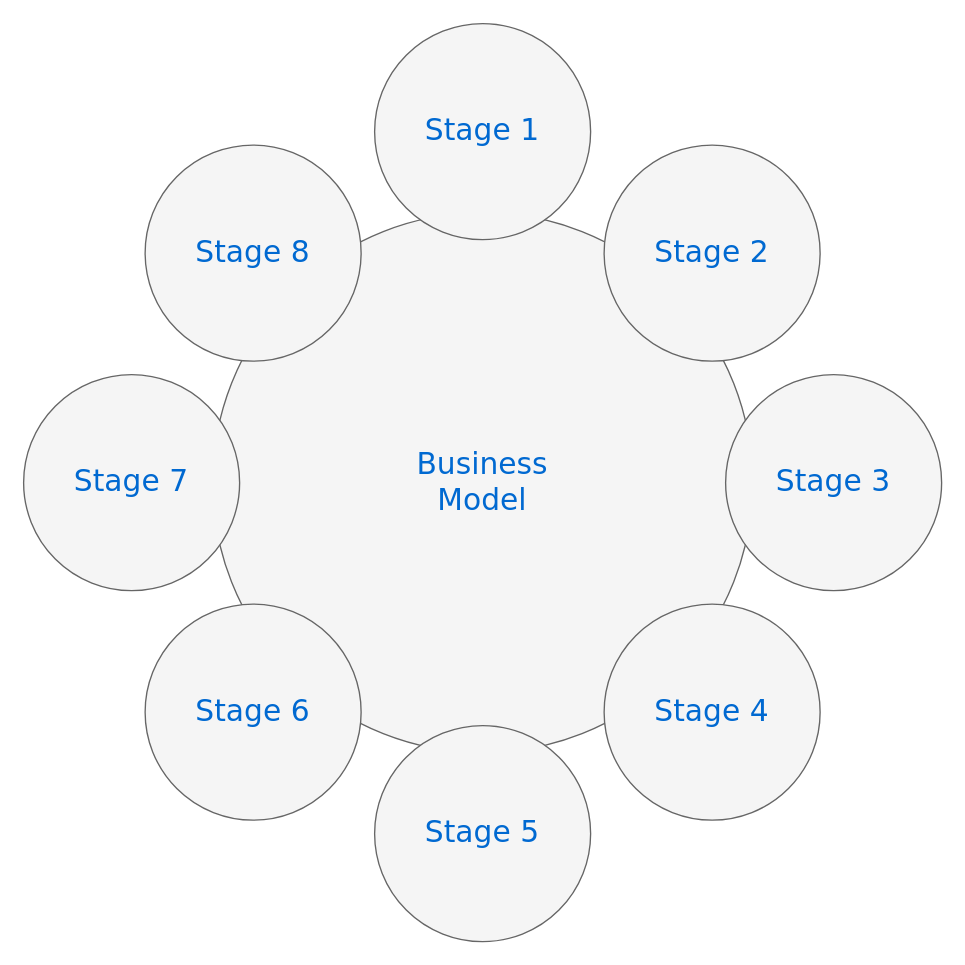
Before: module_relation.drawio in zy0071982/mytest, a draw.io diagram. Source tidied: cells renumbered, new cells numbered last; positions are measured from the earlier drawing's top-left corner, leaving out a move shared by most shapes. Both pictures are drawn from the tidied source at 135%, with x=0, y=0 at pixel (23, 23).
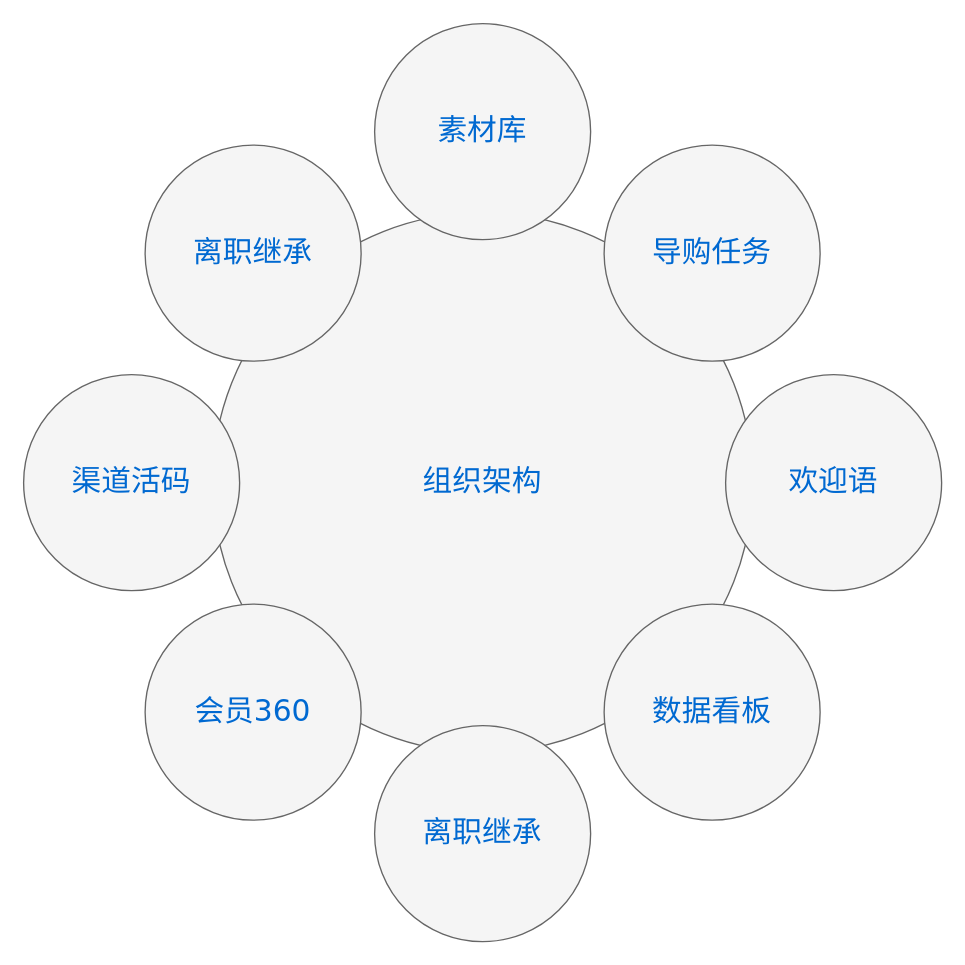
Above is the later version.

The edit, as a diff of the source:
```diff
@@
 <mxGraphModel>
   <root>
     <mxCell id="0" />
     <mxCell id="1" parent="0" />
-    <mxCell id="2" value="Business&lt;div&gt;Model&lt;/div&gt;" style="ellipse;whiteSpace=wrap;html=1;rounded=0;shadow=0;dashed=0;comic=0;fontFamily=Verdana;fontSize=22;fontColor=#0069D1;fillColor=#f5f5f5;strokeColor=#666666;" parent="1" vertex="1">
+    <mxCell id="2" value="组织架构" style="ellipse;whiteSpace=wrap;html=1;rounded=0;shadow=0;dashed=0;comic=0;fontFamily=Verdana;fontSize=22;fontColor=#0069D1;fillColor=#f5f5f5;strokeColor=#666666;" parent="1" vertex="1">
       <mxGeometry x="140" y="140" width="400" height="400" as="geometry" />
     </mxCell>
-    <mxCell id="3" value="Stage 1" style="ellipse;whiteSpace=wrap;html=1;rounded=0;shadow=0;dashed=0;comic=0;fontFamily=Verdana;fontSize=22;fontColor=#0069D1;fillColor=#f5f5f5;strokeColor=#666666;" parent="1" vertex="1">
+    <mxCell id="3" value="素材库" style="ellipse;whiteSpace=wrap;html=1;rounded=0;shadow=0;dashed=0;comic=0;fontFamily=Verdana;fontSize=22;fontColor=#0069D1;fillColor=#f5f5f5;strokeColor=#666666;" parent="1" vertex="1">
       <mxGeometry x="260" width="160" height="160" as="geometry" />
     </mxCell>
-    <mxCell id="4" value="Stage 5" style="ellipse;whiteSpace=wrap;html=1;rounded=0;shadow=0;dashed=0;comic=0;fontFamily=Verdana;fontSize=22;fontColor=#0069D1;fillColor=#f5f5f5;strokeColor=#666666;" parent="1" vertex="1">
+    <mxCell id="4" value="离职继承" style="ellipse;whiteSpace=wrap;html=1;rounded=0;shadow=0;dashed=0;comic=0;fontFamily=Verdana;fontSize=22;fontColor=#0069D1;fillColor=#f5f5f5;strokeColor=#666666;" parent="1" vertex="1">
       <mxGeometry x="260" y="520" width="160" height="160" as="geometry" />
     </mxCell>
-    <mxCell id="5" value="Stage 3" style="ellipse;whiteSpace=wrap;html=1;rounded=0;shadow=0;dashed=0;comic=0;fontFamily=Verdana;fontSize=22;fontColor=#0069D1;fillColor=#f5f5f5;strokeColor=#666666;" parent="1" vertex="1">
+    <mxCell id="5" value="欢迎语" style="ellipse;whiteSpace=wrap;html=1;rounded=0;shadow=0;dashed=0;comic=0;fontFamily=Verdana;fontSize=22;fontColor=#0069D1;fillColor=#f5f5f5;strokeColor=#666666;" parent="1" vertex="1">
       <mxGeometry x="520" y="260" width="160" height="160" as="geometry" />
     </mxCell>
-    <mxCell id="6" value="Stage 7" style="ellipse;whiteSpace=wrap;html=1;rounded=0;shadow=0;dashed=0;comic=0;fontFamily=Verdana;fontSize=22;fontColor=#0069D1;fillColor=#f5f5f5;strokeColor=#666666;" parent="1" vertex="1">
+    <mxCell id="6" value="渠道活码" style="ellipse;whiteSpace=wrap;html=1;rounded=0;shadow=0;dashed=0;comic=0;fontFamily=Verdana;fontSize=22;fontColor=#0069D1;fillColor=#f5f5f5;strokeColor=#666666;" parent="1" vertex="1">
       <mxGeometry y="260" width="160" height="160" as="geometry" />
     </mxCell>
-    <mxCell id="7" value="Stage 8" style="ellipse;whiteSpace=wrap;html=1;rounded=0;shadow=0;dashed=0;comic=0;fontFamily=Verdana;fontSize=22;fontColor=#0069D1;fillColor=#f5f5f5;strokeColor=#666666;" parent="1" vertex="1">
+    <mxCell id="7" value="离职继承" style="ellipse;whiteSpace=wrap;html=1;rounded=0;shadow=0;dashed=0;comic=0;fontFamily=Verdana;fontSize=22;fontColor=#0069D1;fillColor=#f5f5f5;strokeColor=#666666;" parent="1" vertex="1">
       <mxGeometry x="90" y="90" width="160" height="160" as="geometry" />
     </mxCell>
-    <mxCell id="8" value="Stage 2" style="ellipse;whiteSpace=wrap;html=1;rounded=0;shadow=0;dashed=0;comic=0;fontFamily=Verdana;fontSize=22;fontColor=#0069D1;fillColor=#f5f5f5;strokeColor=#666666;" parent="1" vertex="1">
+    <mxCell id="8" value="导购任务" style="ellipse;whiteSpace=wrap;html=1;rounded=0;shadow=0;dashed=0;comic=0;fontFamily=Verdana;fontSize=22;fontColor=#0069D1;fillColor=#f5f5f5;strokeColor=#666666;" parent="1" vertex="1">
       <mxGeometry x="430" y="90" width="160" height="160" as="geometry" />
     </mxCell>
-    <mxCell id="9" value="Stage 4" style="ellipse;whiteSpace=wrap;html=1;rounded=0;shadow=0;dashed=0;comic=0;fontFamily=Verdana;fontSize=22;fontColor=#0069D1;fillColor=#f5f5f5;strokeColor=#666666;" parent="1" vertex="1">
+    <mxCell id="9" value="数据看板" style="ellipse;whiteSpace=wrap;html=1;rounded=0;shadow=0;dashed=0;comic=0;fontFamily=Verdana;fontSize=22;fontColor=#0069D1;fillColor=#f5f5f5;strokeColor=#666666;" parent="1" vertex="1">
       <mxGeometry x="430" y="430" width="160" height="160" as="geometry" />
     </mxCell>
-    <mxCell id="10" value="Stage 6" style="ellipse;whiteSpace=wrap;html=1;rounded=0;shadow=0;dashed=0;comic=0;fontFamily=Verdana;fontSize=22;fontColor=#0069D1;fillColor=#f5f5f5;strokeColor=#666666;" parent="1" vertex="1">
+    <mxCell id="10" value="会员360" style="ellipse;whiteSpace=wrap;html=1;rounded=0;shadow=0;dashed=0;comic=0;fontFamily=Verdana;fontSize=22;fontColor=#0069D1;fillColor=#f5f5f5;strokeColor=#666666;" parent="1" vertex="1">
       <mxGeometry x="90" y="430" width="160" height="160" as="geometry" />
     </mxCell>
   </root>
 </mxGraphModel>
```
